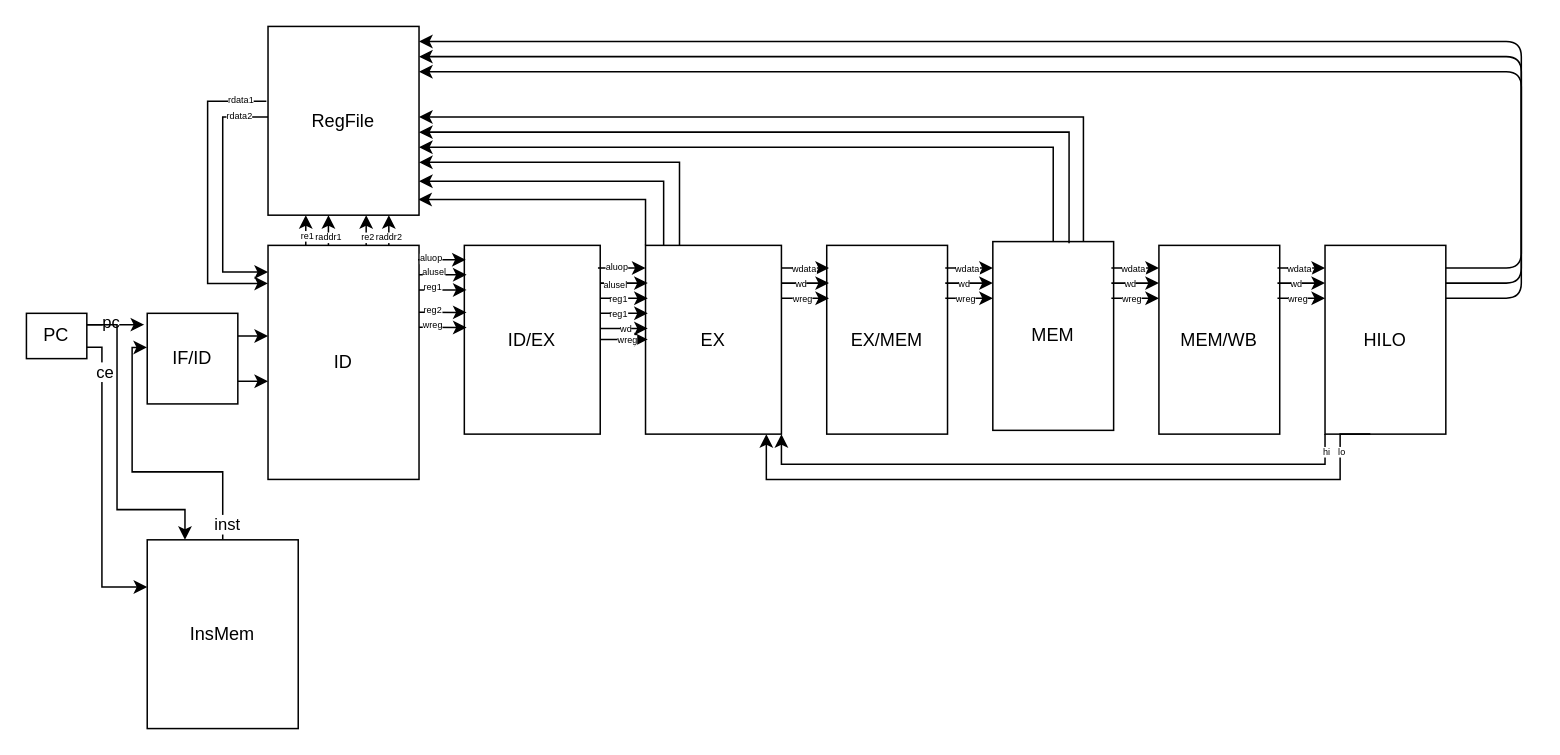
Earlier version of the draw.io diagram flowCpu_mips32/flowCpuMips32.drawio (Serenos/BIT_CPU). Source tidied: cells renumbered, new cells numbered last; positions are measured from the earlier drawing's top-left corner, leaving out a move shared by most shapes. Both pictures are drawn from the tidied source at 151%, with x=0, y=0 at pixel (26, 26).
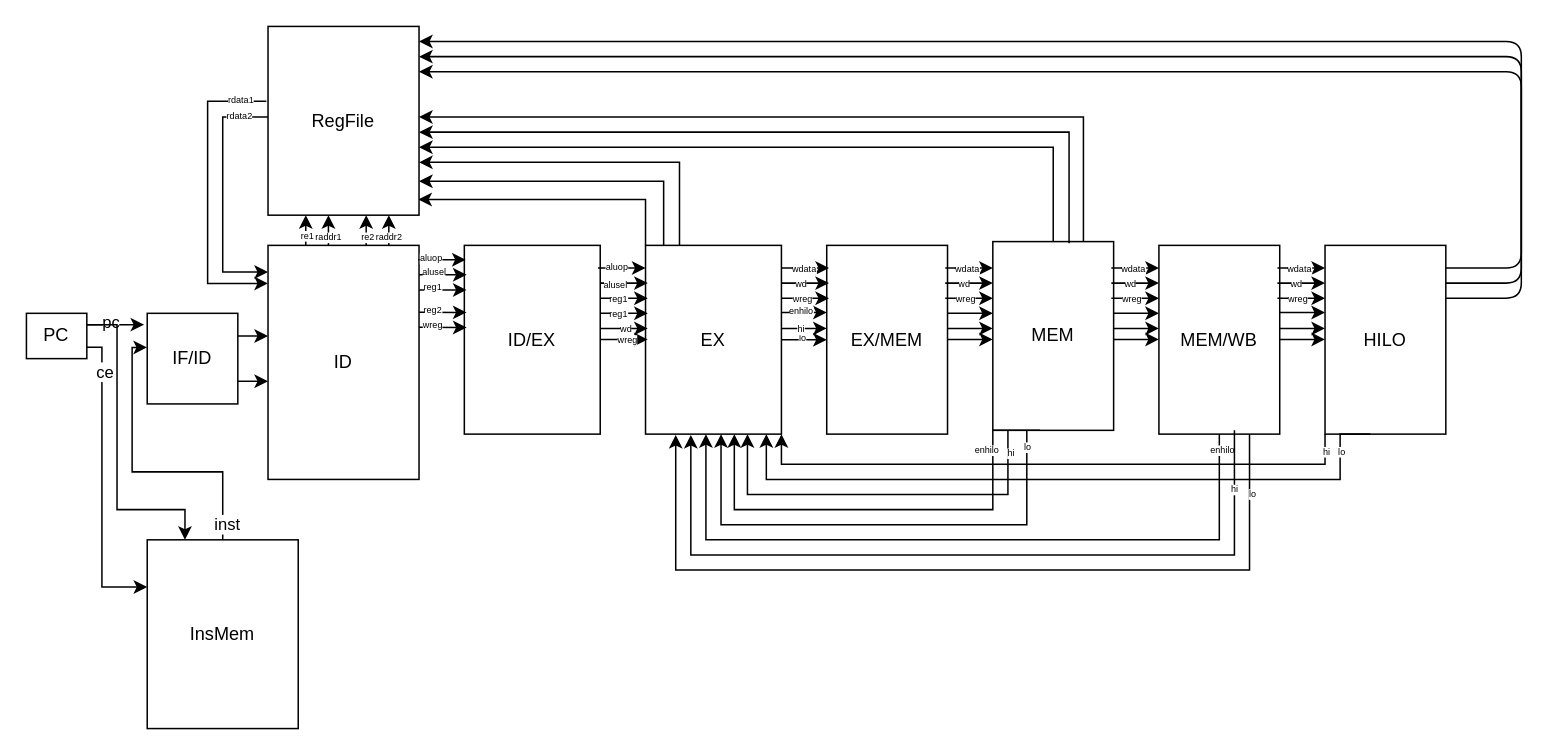
After the change.

The change refers to these unchanged cells:
```xml
<mxCell id="16" value="EX" style="rounded=0;whiteSpace=wrap;html=1;" parent="1" vertex="1">
  <mxGeometry x="410" y="145" width="90" height="125" as="geometry" />
</mxCell>
<mxCell id="17" value="EX/MEM" style="rounded=0;whiteSpace=wrap;html=1;" parent="1" vertex="1">
  <mxGeometry x="530" y="145" width="80" height="125" as="geometry" />
</mxCell>
<mxCell id="19" value="MEM" style="rounded=0;whiteSpace=wrap;html=1;" parent="1" vertex="1">
  <mxGeometry x="640" y="142.5" width="80" height="125" as="geometry" />
</mxCell>
<mxCell id="40" value="MEM/WB" style="rounded=0;whiteSpace=wrap;html=1;" parent="1" vertex="1">
  <mxGeometry x="750" y="145" width="80" height="125" as="geometry" />
</mxCell>
```

Change to the diagram source:
```diff
@@
+    <mxCell id="93" style="edgeStyle=orthogonalEdgeStyle;rounded=0;jettySize=auto;html=1;entryX=0;entryY=0.5;entryDx=0;entryDy=0;fontSize=6;" parent="1" edge="1" source="16" target="17">
+      <mxGeometry relative="1" as="geometry" />
+    </mxCell>
+    <mxCell id="94" value="lo" style="edgeLabel;html=1;align=center;verticalAlign=middle;fontSize=6;" parent="93" vertex="1">
+      <mxGeometry x="-0.41" y="-1" relative="1" as="geometry">
+        <mxPoint x="-2" y="-2" as="offset" />
+      </mxGeometry>
+    </mxCell>
@@
+    <mxCell id="95" style="edgeStyle=orthogonalEdgeStyle;rounded=0;jettySize=auto;html=1;entryX=0.75;entryY=1;entryDx=0;entryDy=0;fontSize=6;" parent="1" edge="1" source="19" target="16">
+      <mxGeometry relative="1" as="geometry">
+        <Array as="points">
+          <mxPoint x="650" y="310" />
+          <mxPoint x="478" y="310" />
+        </Array>
+      </mxGeometry>
+    </mxCell>
+    <mxCell id="96" value="hi" style="edgeLabel;html=1;align=center;verticalAlign=middle;fontSize=6;" parent="95" vertex="1">
+      <mxGeometry x="-0.88" y="1" relative="1" as="geometry" />
+    </mxCell>
@@
+    <mxCell id="97" style="edgeStyle=orthogonalEdgeStyle;rounded=0;jettySize=auto;html=1;fontSize=6;" parent="1" edge="1" source="40" target="16">
+      <mxGeometry relative="1" as="geometry">
+        <Array as="points">
+          <mxPoint x="790" y="340" />
+          <mxPoint x="450" y="340" />
+        </Array>
+      </mxGeometry>
+    </mxCell>
+    <mxCell id="98" value="enhilo" style="edgeLabel;html=1;align=center;verticalAlign=middle;fontSize=6;" parent="97" vertex="1">
+      <mxGeometry x="-0.96" y="1" relative="1" as="geometry" />
+    </mxCell>
@@
+    <mxCell id="99" style="edgeStyle=orthogonalEdgeStyle;rounded=0;orthogonalLoop=1;jettySize=auto;html=1;entryX=0.75;entryY=1;entryDx=0;entryDy=0;fontSize=6;" parent="1" edge="1">
+      <mxGeometry relative="1" as="geometry">
+        <mxPoint x="671.2" y="267.5" as="sourcePoint" />
+        <mxPoint x="468.8" y="270" as="targetPoint" />
+        <Array as="points">
+          <mxPoint x="640" y="268" />
+          <mxPoint x="640" y="320" />
+          <mxPoint x="469" y="320" />
+        </Array>
+      </mxGeometry>
+    </mxCell>
+    <mxCell id="100" value="enhilo" style="edgeLabel;html=1;align=center;verticalAlign=middle;fontSize=6;" parent="99" vertex="1">
+      <mxGeometry x="-0.8" y="6" relative="1" as="geometry">
+        <mxPoint x="-6" y="7" as="offset" />
+      </mxGeometry>
+    </mxCell>
+    <mxCell id="101" style="edgeStyle=orthogonalEdgeStyle;rounded=0;orthogonalLoop=1;jettySize=auto;html=1;entryX=0.75;entryY=1;entryDx=0;entryDy=0;fontSize=6;" parent="1" edge="1">
+      <mxGeometry relative="1" as="geometry">
+        <mxPoint x="662.5" y="267.5" as="sourcePoint" />
+        <mxPoint x="460" y="270" as="targetPoint" />
+        <Array as="points">
+          <mxPoint x="663" y="330" />
+          <mxPoint x="460" y="330" />
+        </Array>
+      </mxGeometry>
+    </mxCell>
+    <mxCell id="102" value="lo" style="edgeLabel;html=1;align=center;verticalAlign=middle;fontSize=6;" parent="101" vertex="1">
+      <mxGeometry x="-0.93" relative="1" as="geometry" />
+    </mxCell>
+    <mxCell id="103" style="edgeStyle=orthogonalEdgeStyle;rounded=0;orthogonalLoop=1;jettySize=auto;html=1;fontSize=6;" parent="1" edge="1">
+      <mxGeometry relative="1" as="geometry">
+        <mxPoint x="800" y="267.5" as="sourcePoint" />
+        <mxPoint x="440" y="270.5" as="targetPoint" />
+        <Array as="points">
+          <mxPoint x="800" y="350" />
+          <mxPoint x="440" y="350" />
+        </Array>
+      </mxGeometry>
+    </mxCell>
+    <mxCell id="104" value="hi" style="edgeLabel;html=1;align=center;verticalAlign=middle;fontSize=6;" parent="103" vertex="1">
+      <mxGeometry x="-0.85" y="-1" relative="1" as="geometry" />
+    </mxCell>
+    <mxCell id="105" style="edgeStyle=orthogonalEdgeStyle;rounded=0;jettySize=auto;html=1;fontSize=6;" parent="1" edge="1" source="40">
+      <mxGeometry relative="1" as="geometry">
+        <mxPoint x="430" y="270.5" as="targetPoint" />
+        <Array as="points">
+          <mxPoint x="810" y="360" />
+          <mxPoint x="430" y="360" />
+        </Array>
+      </mxGeometry>
+    </mxCell>
+    <mxCell id="106" value="lo" style="edgeLabel;html=1;align=center;verticalAlign=middle;fontSize=6;" parent="105" vertex="1">
+      <mxGeometry x="-0.86" y="1" relative="1" as="geometry" />
+    </mxCell>
+    <mxCell id="107" style="edgeStyle=orthogonalEdgeStyle;rounded=0;orthogonalLoop=1;jettySize=auto;html=1;entryX=0;entryY=0.5;entryDx=0;entryDy=0;fontSize=6;" parent="1" edge="1">
+      <mxGeometry relative="1" as="geometry">
+        <mxPoint x="500" y="189.5" as="sourcePoint" />
+        <mxPoint x="530" y="189.5" as="targetPoint" />
+      </mxGeometry>
+    </mxCell>
+    <mxCell id="108" value="enhilo" style="edgeLabel;html=1;align=center;verticalAlign=middle;fontSize=6;" parent="107" vertex="1">
+      <mxGeometry x="-0.21" y="-2" relative="1" as="geometry">
+        <mxPoint y="-3" as="offset" />
+      </mxGeometry>
+    </mxCell>
+    <mxCell id="109" style="edgeStyle=orthogonalEdgeStyle;rounded=0;orthogonalLoop=1;jettySize=auto;html=1;entryX=0;entryY=0.5;entryDx=0;entryDy=0;fontSize=6;" parent="1" edge="1">
+      <mxGeometry relative="1" as="geometry">
+        <mxPoint x="500" y="200" as="sourcePoint" />
+        <mxPoint x="530" y="200" as="targetPoint" />
+      </mxGeometry>
+    </mxCell>
+    <mxCell id="110" value="hi" style="edgeLabel;html=1;align=center;verticalAlign=middle;fontSize=6;" parent="109" vertex="1">
+      <mxGeometry x="-0.21" relative="1" as="geometry" />
+    </mxCell>
+    <mxCell id="111" style="edgeStyle=orthogonalEdgeStyle;rounded=0;orthogonalLoop=1;jettySize=auto;html=1;entryX=0;entryY=0.5;entryDx=0;entryDy=0;fontSize=6;" parent="1" edge="1">
+      <mxGeometry relative="1" as="geometry">
+        <mxPoint x="610" y="190" as="sourcePoint" />
+        <mxPoint x="640" y="190" as="targetPoint" />
+      </mxGeometry>
+    </mxCell>
+    <mxCell id="112" style="edgeStyle=orthogonalEdgeStyle;rounded=0;orthogonalLoop=1;jettySize=auto;html=1;entryX=0;entryY=0.5;entryDx=0;entryDy=0;fontSize=6;" parent="1" edge="1">
+      <mxGeometry relative="1" as="geometry">
+        <mxPoint x="610" y="200" as="sourcePoint" />
+        <mxPoint x="640" y="200" as="targetPoint" />
+      </mxGeometry>
+    </mxCell>
+    <mxCell id="113" style="edgeStyle=orthogonalEdgeStyle;rounded=0;orthogonalLoop=1;jettySize=auto;html=1;entryX=0;entryY=0.5;entryDx=0;entryDy=0;fontSize=6;" parent="1" edge="1">
+      <mxGeometry relative="1" as="geometry">
+        <mxPoint x="610" y="207.3" as="sourcePoint" />
+        <mxPoint x="640" y="207.3" as="targetPoint" />
+      </mxGeometry>
+    </mxCell>
+    <mxCell id="114" style="edgeStyle=orthogonalEdgeStyle;rounded=0;orthogonalLoop=1;jettySize=auto;html=1;entryX=0;entryY=0.5;entryDx=0;entryDy=0;fontSize=6;" parent="1" edge="1">
+      <mxGeometry relative="1" as="geometry">
+        <mxPoint x="720" y="190" as="sourcePoint" />
+        <mxPoint x="750" y="190" as="targetPoint" />
+      </mxGeometry>
+    </mxCell>
+    <mxCell id="115" style="edgeStyle=orthogonalEdgeStyle;rounded=0;orthogonalLoop=1;jettySize=auto;html=1;entryX=0;entryY=0.5;entryDx=0;entryDy=0;fontSize=6;" parent="1" edge="1">
+      <mxGeometry relative="1" as="geometry">
+        <mxPoint x="720" y="200" as="sourcePoint" />
+        <mxPoint x="750" y="200" as="targetPoint" />
+      </mxGeometry>
+    </mxCell>
+    <mxCell id="116" style="edgeStyle=orthogonalEdgeStyle;rounded=0;orthogonalLoop=1;jettySize=auto;html=1;entryX=0;entryY=0.5;entryDx=0;entryDy=0;fontSize=6;" parent="1" edge="1">
+      <mxGeometry relative="1" as="geometry">
+        <mxPoint x="720" y="207.3" as="sourcePoint" />
+        <mxPoint x="750" y="207.3" as="targetPoint" />
+      </mxGeometry>
+    </mxCell>
+    <mxCell id="117" style="edgeStyle=orthogonalEdgeStyle;rounded=0;orthogonalLoop=1;jettySize=auto;html=1;entryX=0;entryY=0.5;entryDx=0;entryDy=0;fontSize=6;" parent="1" edge="1">
+      <mxGeometry relative="1" as="geometry">
+        <mxPoint x="830" y="189.5" as="sourcePoint" />
+        <mxPoint x="860" y="189.5" as="targetPoint" />
+      </mxGeometry>
+    </mxCell>
+    <mxCell id="118" style="edgeStyle=orthogonalEdgeStyle;rounded=0;orthogonalLoop=1;jettySize=auto;html=1;entryX=0;entryY=0.5;entryDx=0;entryDy=0;fontSize=6;" parent="1" edge="1">
+      <mxGeometry relative="1" as="geometry">
+        <mxPoint x="830" y="200" as="sourcePoint" />
+        <mxPoint x="860" y="200" as="targetPoint" />
+      </mxGeometry>
+    </mxCell>
+    <mxCell id="119" style="edgeStyle=orthogonalEdgeStyle;rounded=0;orthogonalLoop=1;jettySize=auto;html=1;entryX=0;entryY=0.5;entryDx=0;entryDy=0;fontSize=6;" parent="1" edge="1">
+      <mxGeometry relative="1" as="geometry">
+        <mxPoint x="830" y="207.3" as="sourcePoint" />
+        <mxPoint x="860" y="207.3" as="targetPoint" />
+      </mxGeometry>
+    </mxCell>
```
